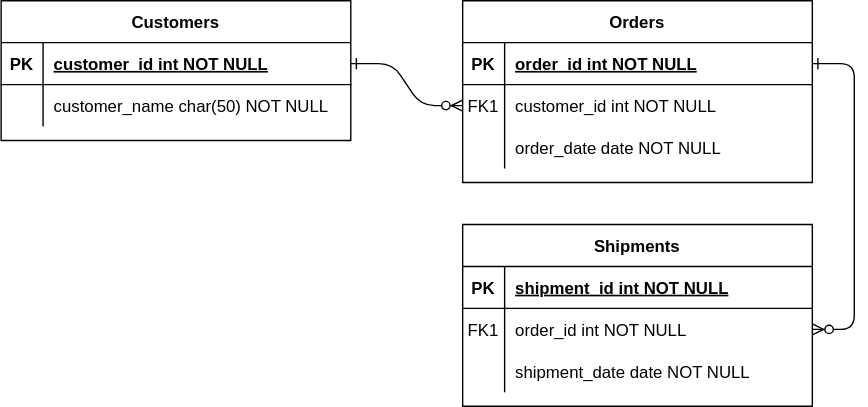
Above: document/project-board-erd.svg in dnzp75/commit-merge-test (draw.io), before the change. Source tidied: cells renumbered, new cells last; positions are measured from the earlier drawing's top-left corner, leaving out a move shared by most shapes.
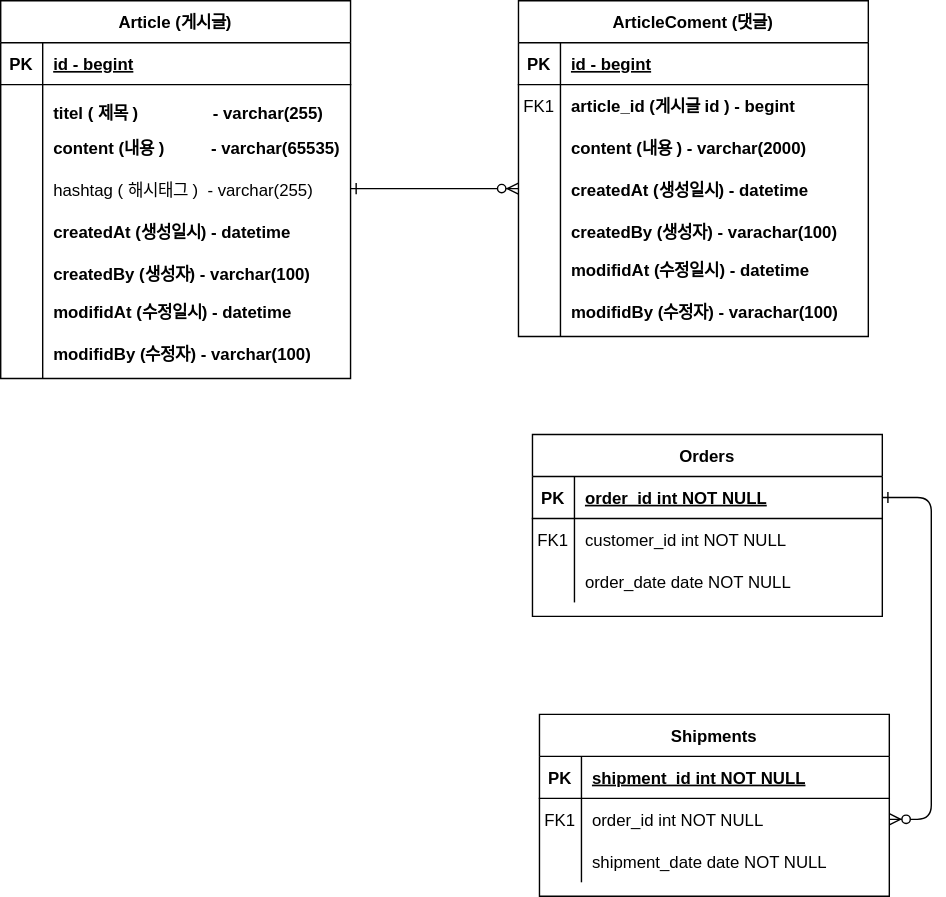
Later version of the same file.

What changed in the source:
```diff
@@ -2,44 +2,17 @@
   <root>
     <mxCell id="0" />
     <mxCell id="1" parent="0" />
-    <mxCell id="2" style="edgeStyle=entityRelationEdgeStyle;endArrow=ERzeroToMany;startArrow=ERone;endFill=1;startFill=0;" parent="1" edge="1" source="25" target="8">
-      <mxGeometry relative="1" as="geometry" />
+    <mxCell id="2" style="edgeStyle=entityRelationEdgeStyle;endArrow=ERzeroToMany;startArrow=ERone;endFill=1;startFill=0;entryX=0;entryY=0.5;entryDx=0;entryDy=0;" parent="1" edge="1">
+      <mxGeometry relative="1" as="geometry">
+        <mxPoint x="250" y="134.3" as="sourcePoint" />
+        <mxPoint x="370" y="134.3" as="targetPoint" />
+      </mxGeometry>
     </mxCell>
     <mxCell id="3" style="edgeStyle=entityRelationEdgeStyle;endArrow=ERzeroToMany;startArrow=ERone;endFill=1;startFill=0;" parent="1" edge="1" source="5" target="18">
       <mxGeometry relative="1" as="geometry" />
     </mxCell>
-    <mxCell id="4" value="Orders" style="shape=table;startSize=30;rowLines=0;fontStyle=1;align=center;" parent="1" vertex="1">
-      <mxGeometry x="330" width="250" height="130" as="geometry" />
-    </mxCell>
-    <mxCell id="5" style="shape=partialRectangle;fillColor=none;points=[[0,0.5],[1,0.5]];portConstraint=eastwest;top=0;left=0;right=0;bottom=1;" parent="4" vertex="1">
-      <mxGeometry y="30" width="250" height="30" as="geometry" />
-    </mxCell>
-    <mxCell id="6" value="PK" style="shape=partialRectangle;overflow=hidden;fillColor=none;top=0;left=0;bottom=0;right=0;fontStyle=1;" parent="5" vertex="1">
-      <mxGeometry width="30" height="30" as="geometry" />
-    </mxCell>
-    <mxCell id="7" value="order_id int NOT NULL " style="shape=partialRectangle;overflow=hidden;fillColor=none;top=0;left=0;bottom=0;right=0;align=left;spacingLeft=6;fontStyle=5;" parent="5" vertex="1">
-      <mxGeometry x="30" width="220" height="30" as="geometry" />
-    </mxCell>
-    <mxCell id="8" style="shape=partialRectangle;fillColor=none;points=[[0,0.5],[1,0.5]];portConstraint=eastwest;top=0;left=0;right=0;bottom=0;" parent="4" vertex="1">
-      <mxGeometry y="60" width="250" height="30" as="geometry" />
-    </mxCell>
-    <mxCell id="9" value="FK1" style="shape=partialRectangle;overflow=hidden;fillColor=none;top=0;left=0;bottom=0;right=0;" parent="8" vertex="1">
-      <mxGeometry width="30" height="30" as="geometry" />
-    </mxCell>
-    <mxCell id="10" value="customer_id int NOT NULL" style="shape=partialRectangle;overflow=hidden;fillColor=none;top=0;left=0;bottom=0;right=0;align=left;spacingLeft=6;" parent="8" vertex="1">
-      <mxGeometry x="30" width="220" height="30" as="geometry" />
-    </mxCell>
-    <mxCell id="11" style="shape=partialRectangle;fillColor=none;top=0;left=0;right=0;bottom=0;" parent="4" vertex="1">
-      <mxGeometry y="90" width="250" height="30" as="geometry" />
-    </mxCell>
-    <mxCell id="12" style="shape=partialRectangle;overflow=hidden;fillColor=none;top=0;left=0;bottom=0;right=0;" parent="11" vertex="1">
-      <mxGeometry width="30" height="30" as="geometry" />
-    </mxCell>
-    <mxCell id="13" value="order_date date NOT NULL" style="shape=partialRectangle;overflow=hidden;fillColor=none;top=0;left=0;bottom=0;right=0;align=left;spacingLeft=6;" parent="11" vertex="1">
-      <mxGeometry x="30" width="220" height="30" as="geometry" />
-    </mxCell>
     <mxCell id="14" value="Shipments" style="shape=table;startSize=30;rowLines=0;fontStyle=1;align=center;" parent="1" vertex="1">
-      <mxGeometry x="330" y="160" width="250" height="130" as="geometry" />
+      <mxGeometry x="385" y="510" width="250" height="130" as="geometry" />
     </mxCell>
     <mxCell id="15" style="shape=partialRectangle;fillColor=none;top=0;left=0;right=0;bottom=1;" parent="14" vertex="1">
       <mxGeometry y="30" width="250" height="30" as="geometry" />
@@ -68,8 +41,8 @@
     <mxCell id="23" value="shipment_date date NOT NULL" style="shape=partialRectangle;overflow=hidden;fillColor=none;top=0;left=0;bottom=0;right=0;align=left;spacingLeft=6;" parent="21" vertex="1">
       <mxGeometry x="30" width="220" height="30" as="geometry" />
     </mxCell>
-    <mxCell id="24" value="Customers" style="shape=table;startSize=30;rowLines=0;fontStyle=1;align=center;" parent="1" vertex="1">
-      <mxGeometry width="250" height="100" as="geometry" />
+    <mxCell id="24" value="Article (게시글)" style="shape=table;startSize=30;rowLines=0;fontStyle=1;align=center;" parent="1" vertex="1">
+      <mxGeometry width="250" height="270" as="geometry" />
     </mxCell>
     <mxCell id="25" style="shape=partialRectangle;fillColor=none;points=[[0,0.5],[1,0.5]];portConstraint=eastwest;top=0;left=0;right=0;bottom=1;" parent="24" vertex="1">
       <mxGeometry y="30" width="250" height="30" as="geometry" />
@@ -77,17 +50,113 @@
     <mxCell id="26" value="PK" style="shape=partialRectangle;overflow=hidden;fillColor=none;top=0;left=0;bottom=0;right=0;fontStyle=1;" parent="25" vertex="1">
       <mxGeometry width="30" height="30" as="geometry" />
     </mxCell>
-    <mxCell id="27" value="customer_id int NOT NULL " style="shape=partialRectangle;overflow=hidden;fillColor=none;top=0;left=0;bottom=0;right=0;align=left;spacingLeft=6;fontStyle=5;" parent="25" vertex="1">
+    <mxCell id="27" value="id - begint" style="shape=partialRectangle;overflow=hidden;fillColor=none;top=0;left=0;bottom=0;right=0;align=left;spacingLeft=6;fontStyle=5;" parent="25" vertex="1">
       <mxGeometry x="30" width="220" height="30" as="geometry" />
     </mxCell>
     <mxCell id="28" style="shape=partialRectangle;fillColor=none;top=0;left=0;right=0;bottom=0;" parent="24" vertex="1">
-      <mxGeometry y="60" width="250" height="30" as="geometry" />
+      <mxGeometry y="60" width="250" height="210" as="geometry" />
     </mxCell>
     <mxCell id="29" style="shape=partialRectangle;overflow=hidden;fillColor=none;top=0;left=0;bottom=0;right=0;" parent="28" vertex="1">
-      <mxGeometry width="30" height="30" as="geometry" />
+      <mxGeometry width="30" height="210" as="geometry" />
     </mxCell>
-    <mxCell id="30" value="customer_name char(50) NOT NULL" style="shape=partialRectangle;overflow=hidden;fillColor=none;top=0;left=0;bottom=0;right=0;align=left;spacingLeft=6;" parent="28" vertex="1">
-      <mxGeometry x="30" width="220" height="30" as="geometry" />
+    <mxCell id="30" style="shape=partialRectangle;overflow=hidden;fillColor=none;top=0;left=0;bottom=0;right=0;align=left;spacingLeft=6;" parent="28" vertex="1">
+      <mxGeometry x="30" width="220" height="210" as="geometry" />
     </mxCell>
+    <mxCell id="31" style="shape=partialRectangle;overflow=hidden;fillColor=none;top=0;left=0;bottom=0;right=0;" parent="1" vertex="1">
+      <mxGeometry y="90" width="30" height="30" as="geometry" />
+    </mxCell>
+    <mxCell id="32" value="content (내용 )          - varchar(65535)" style="shape=partialRectangle;overflow=hidden;fillColor=none;top=0;left=0;bottom=0;right=0;align=left;spacingLeft=6;fontStyle=1;" parent="1" vertex="1">
+      <mxGeometry x="30" y="90" width="220" height="30" as="geometry" />
+    </mxCell>
+    <mxCell id="33" value="hashtag ( 해시태그 )  - varchar(255)" style="shape=partialRectangle;overflow=hidden;fillColor=none;top=0;left=0;bottom=0;right=0;align=left;spacingLeft=6;" parent="1" vertex="1">
+      <mxGeometry x="30" y="120" width="220" height="30" as="geometry" />
+    </mxCell>
+    <mxCell id="34" value="titel ( 제목 )                - varchar(255)" style="shape=partialRectangle;overflow=hidden;fillColor=none;top=0;left=0;bottom=0;right=0;align=left;spacingLeft=6;fontStyle=1;" parent="1" vertex="1">
+      <mxGeometry x="30" y="60" width="230" height="40" as="geometry" />
+    </mxCell>
+    <mxCell id="35" value="createdAt (생성일시) - datetime" style="shape=partialRectangle;overflow=hidden;fillColor=none;top=0;left=0;bottom=0;right=0;align=left;spacingLeft=6;fontStyle=1;" parent="1" vertex="1">
+      <mxGeometry x="30" y="150" width="220" height="30" as="geometry" />
+    </mxCell>
+    <mxCell id="36" value="createdBy (생성자) - varchar(100)" style="shape=partialRectangle;overflow=hidden;fillColor=none;top=0;left=0;bottom=0;right=0;align=left;spacingLeft=6;fontStyle=1;" parent="1" vertex="1">
+      <mxGeometry x="30" y="180" width="220" height="30" as="geometry" />
+    </mxCell>
+    <mxCell id="37" value="&#10;modifidAt (수정일시) - datetime" style="shape=partialRectangle;overflow=hidden;fillColor=none;top=0;left=0;bottom=0;right=0;align=left;spacingLeft=6;fontStyle=1;" parent="1" vertex="1">
+      <mxGeometry x="30" y="200" width="220" height="30" as="geometry" />
+    </mxCell>
+    <mxCell id="38" value="&#10;modifidBy (수정자) - varchar(100)" style="shape=partialRectangle;overflow=hidden;fillColor=none;top=0;left=0;bottom=0;right=0;align=left;spacingLeft=6;fontStyle=1;" parent="1" vertex="1">
+      <mxGeometry x="30" y="230" width="220" height="30" as="geometry" />
+    </mxCell>
+    <mxCell id="39" value="ArticleComent (댓글)" style="shape=table;startSize=30;rowLines=0;fontStyle=1;align=center;" parent="1" vertex="1">
+      <mxGeometry x="370" width="250" height="240" as="geometry" />
+    </mxCell>
+    <mxCell id="40" style="shape=partialRectangle;fillColor=none;top=0;left=0;right=0;bottom=1;" parent="39" vertex="1">
+      <mxGeometry y="30" width="250" height="30" as="geometry" />
+    </mxCell>
+    <mxCell id="41" value="PK" style="shape=partialRectangle;overflow=hidden;fillColor=none;top=0;left=0;bottom=0;right=0;fontStyle=1;" parent="40" vertex="1">
+      <mxGeometry width="30" height="30" as="geometry" />
+    </mxCell>
+    <mxCell id="42" value="id - begint" style="shape=partialRectangle;overflow=hidden;fillColor=none;top=0;left=0;bottom=0;right=0;align=left;spacingLeft=6;fontStyle=5;" parent="40" vertex="1">
+      <mxGeometry x="30" width="220" height="30" as="geometry" />
+    </mxCell>
+    <mxCell id="43" style="shape=partialRectangle;fillColor=none;top=0;left=0;right=0;bottom=0;" parent="39" vertex="1">
+      <mxGeometry y="60" width="250" height="180" as="geometry" />
+    </mxCell>
+    <mxCell id="44" style="shape=partialRectangle;overflow=hidden;fillColor=none;top=0;left=0;bottom=0;right=0;" parent="43" vertex="1">
+      <mxGeometry width="30" height="180" as="geometry" />
+    </mxCell>
+    <mxCell id="45" style="shape=partialRectangle;overflow=hidden;fillColor=none;top=0;left=0;bottom=0;right=0;align=left;spacingLeft=6;" parent="43" vertex="1">
+      <mxGeometry x="30" width="220" height="180" as="geometry" />
+    </mxCell>
+    <mxCell id="46" value="content (내용 ) - varchar(2000)" style="shape=partialRectangle;overflow=hidden;fillColor=none;top=0;left=0;bottom=0;right=0;align=left;spacingLeft=6;fontStyle=1;" parent="1" vertex="1">
+      <mxGeometry x="400" y="90" width="220" height="30" as="geometry" />
+    </mxCell>
+    <mxCell id="47" value="article_id (게시글 id ) - begint" style="shape=partialRectangle;overflow=hidden;fillColor=none;top=0;left=0;bottom=0;right=0;align=left;spacingLeft=6;fontStyle=1;" parent="1" vertex="1">
+      <mxGeometry x="400" y="60" width="220" height="30" as="geometry" />
+    </mxCell>
+    <mxCell id="48" value="createdAt (생성일시) - datetime" style="shape=partialRectangle;overflow=hidden;fillColor=none;top=0;left=0;bottom=0;right=0;align=left;spacingLeft=6;fontStyle=1;" parent="1" vertex="1">
+      <mxGeometry x="400" y="120" width="220" height="30" as="geometry" />
+    </mxCell>
+    <mxCell id="49" value="createdBy (생성자) - varachar(100)" style="shape=partialRectangle;overflow=hidden;fillColor=none;top=0;left=0;bottom=0;right=0;align=left;spacingLeft=6;fontStyle=1;" parent="1" vertex="1">
+      <mxGeometry x="400" y="150" width="220" height="30" as="geometry" />
+    </mxCell>
+    <mxCell id="50" value="&#10;modifidAt (수정일시) - datetime" style="shape=partialRectangle;overflow=hidden;fillColor=none;top=0;left=0;bottom=0;right=0;align=left;spacingLeft=6;fontStyle=1;" parent="1" vertex="1">
+      <mxGeometry x="400" y="170" width="220" height="30" as="geometry" />
+    </mxCell>
+    <mxCell id="51" value="&#10;modifidBy (수정자) - varachar(100)" style="shape=partialRectangle;overflow=hidden;fillColor=none;top=0;left=0;bottom=0;right=0;align=left;spacingLeft=6;fontStyle=1;" parent="1" vertex="1">
+      <mxGeometry x="400" y="200" width="220" height="30" as="geometry" />
+    </mxCell>
+    <mxCell id="4" value="Orders" style="shape=table;startSize=30;rowLines=0;fontStyle=1;align=center;" parent="1" vertex="1">
+      <mxGeometry x="380" y="310" width="250" height="130" as="geometry" />
+    </mxCell>
+    <mxCell id="5" style="shape=partialRectangle;fillColor=none;points=[[0,0.5],[1,0.5]];portConstraint=eastwest;top=0;left=0;right=0;bottom=1;" parent="4" vertex="1">
+      <mxGeometry y="30" width="250" height="30" as="geometry" />
+    </mxCell>
+    <mxCell id="6" value="PK" style="shape=partialRectangle;overflow=hidden;fillColor=none;top=0;left=0;bottom=0;right=0;fontStyle=1;" parent="5" vertex="1">
+      <mxGeometry width="30" height="30" as="geometry" />
+    </mxCell>
+    <mxCell id="7" value="order_id int NOT NULL " style="shape=partialRectangle;overflow=hidden;fillColor=none;top=0;left=0;bottom=0;right=0;align=left;spacingLeft=6;fontStyle=5;" parent="5" vertex="1">
+      <mxGeometry x="30" width="220" height="30" as="geometry" />
+    </mxCell>
+    <mxCell id="8" style="shape=partialRectangle;fillColor=none;points=[[0,0.5],[1,0.5]];portConstraint=eastwest;top=0;left=0;right=0;bottom=0;" parent="4" vertex="1">
+      <mxGeometry y="60" width="250" height="30" as="geometry" />
+    </mxCell>
+    <mxCell id="9" value="FK1" style="shape=partialRectangle;overflow=hidden;fillColor=none;top=0;left=0;bottom=0;right=0;" parent="8" vertex="1">
+      <mxGeometry width="30" height="30" as="geometry" />
+    </mxCell>
+    <mxCell id="10" value="customer_id int NOT NULL" style="shape=partialRectangle;overflow=hidden;fillColor=none;top=0;left=0;bottom=0;right=0;align=left;spacingLeft=6;" parent="8" vertex="1">
+      <mxGeometry x="30" width="220" height="30" as="geometry" />
+    </mxCell>
+    <mxCell id="11" style="shape=partialRectangle;fillColor=none;top=0;left=0;right=0;bottom=0;" parent="4" vertex="1">
+      <mxGeometry y="90" width="250" height="30" as="geometry" />
+    </mxCell>
+    <mxCell id="12" style="shape=partialRectangle;overflow=hidden;fillColor=none;top=0;left=0;bottom=0;right=0;" parent="11" vertex="1">
+      <mxGeometry width="30" height="30" as="geometry" />
+    </mxCell>
+    <mxCell id="13" value="order_date date NOT NULL" style="shape=partialRectangle;overflow=hidden;fillColor=none;top=0;left=0;bottom=0;right=0;align=left;spacingLeft=6;" parent="11" vertex="1">
+      <mxGeometry x="30" width="220" height="30" as="geometry" />
+    </mxCell>
+    <mxCell id="52" value="FK1" style="shape=partialRectangle;overflow=hidden;fillColor=none;top=0;left=0;bottom=0;right=0;" parent="1" vertex="1">
+      <mxGeometry x="370" y="60" width="30" height="30" as="geometry" />
+    </mxCell>
   </root>
 </mxGraphModel>
```
